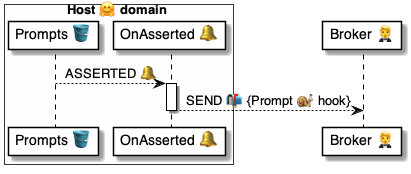
Above: 4 ⚙️ Solution/41 🎭 Domain Roles/Hosts 🤗/🤗🪣 Host tables/Prompts 🤔 table/🪣🔔 13 Asserted/🤗 OnPromptAsserted ⚙️ uml.png in pollyweb-org/pollyweb-docs (PlantUML), before the change. Its source is kept beside it as 4 ⚙️ Solution/41 🎭 Domain Roles/Hosts 🤗/🤗🪣 Host tables/Prompts 🤔 table/🪣🔔 13 Asserted/🤗 OnPromptAsserted ⚙️ uml.puml.
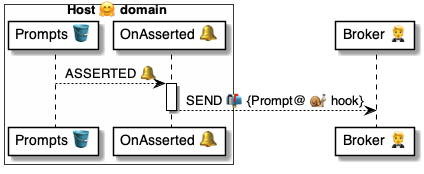
The same diagram one commit later.

The edit, as a diff of the source:
```diff
@@ -8,7 +8,7 @@
 
 prompts --> handler: ASSERTED 🔔
 activate handler
-    handler --> broker: SEND 📬 {Prompt 🐌 hook}
+    handler --> broker: SEND 📬 {Prompt@ 🐌 hook}
 deactivate handler
 
 
```
